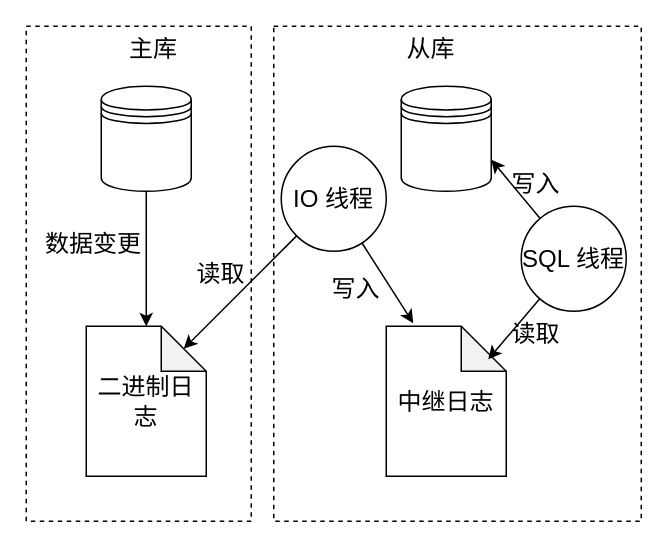
This is design/GTID-Replication.dio from akynazh/aws, a draw.io file, before an edit. Source tidied: cells renumbered, new cells numbered last; positions are measured from the earlier drawing's top-left corner, leaving out a move shared by most shapes. Both pictures are drawn from the tidied source at 150%, with x=0, y=0 at pixel (26, 26).
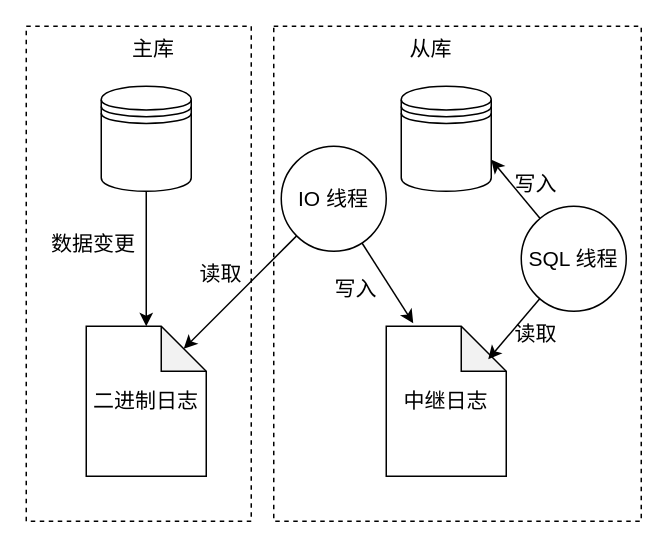
After the change.

Diff of the diagram source:
```diff
@@
-    <mxCell id="2" style="rounded=0;whiteSpace=wrap;html=1;dashed=1;fontFamily=Songti SC;fontSize=16;" parent="1" vertex="1">
+    <mxCell id="2" style="rounded=0;whiteSpace=wrap;html=1;dashed=1;fontFamily=Songti SC;fontSize=14;" parent="1" vertex="1">
       <mxGeometry x="165" width="245" height="330" as="geometry" />
     </mxCell>
-    <mxCell id="3" style="rounded=0;whiteSpace=wrap;html=1;dashed=1;fontFamily=Songti SC;fontSize=16;" parent="1" vertex="1">
+    <mxCell id="3" style="rounded=0;whiteSpace=wrap;html=1;dashed=1;fontFamily=Songti SC;fontSize=14;" parent="1" vertex="1">
       <mxGeometry width="150" height="330" as="geometry" />
     </mxCell>
-    <mxCell id="4" style="shape=datastore;whiteSpace=wrap;html=1;fontFamily=Songti SC;fontSize=16;" parent="1" vertex="1">
+    <mxCell id="4" style="shape=datastore;whiteSpace=wrap;html=1;fontFamily=Songti SC;fontSize=14;" parent="1" vertex="1">
       <mxGeometry x="50" y="40" width="60" height="70" as="geometry" />
     </mxCell>
-    <mxCell id="5" style="shape=datastore;whiteSpace=wrap;html=1;fontFamily=Songti SC;fontSize=16;" parent="1" vertex="1">
+    <mxCell id="5" style="shape=datastore;whiteSpace=wrap;html=1;fontFamily=Songti SC;fontSize=14;" parent="1" vertex="1">
       <mxGeometry x="250" y="40" width="60" height="70" as="geometry" />
     </mxCell>
-    <mxCell id="6" value="二进制日志" style="shape=note;whiteSpace=wrap;html=1;backgroundOutline=1;darkOpacity=0.05;fontFamily=Songti SC;fontSize=16;" parent="1" vertex="1">
+    <mxCell id="6" value="二进制日志" style="shape=note;whiteSpace=wrap;html=1;backgroundOutline=1;darkOpacity=0.05;fontFamily=Songti SC;fontSize=14;" parent="1" vertex="1">
       <mxGeometry x="40" y="200" width="80" height="100" as="geometry" />
     </mxCell>
-    <mxCell id="7" value="中继日志" style="shape=note;whiteSpace=wrap;html=1;backgroundOutline=1;darkOpacity=0.05;fontFamily=Songti SC;fontSize=16;" parent="1" vertex="1">
+    <mxCell id="7" value="中继日志" style="shape=note;whiteSpace=wrap;html=1;backgroundOutline=1;darkOpacity=0.05;fontFamily=Songti SC;fontSize=14;" parent="1" vertex="1">
       <mxGeometry x="240" y="200" width="80" height="100" as="geometry" />
     </mxCell>
-    <mxCell id="8" style="edgeStyle=none;html=1;entryX=0;entryY=0;entryDx=65;entryDy=15;entryPerimeter=0;fontFamily=Songti SC;fontSize=16;" parent="1" edge="1" source="9" target="6">
+    <mxCell id="8" style="edgeStyle=none;html=1;entryX=0;entryY=0;entryDx=65;entryDy=15;entryPerimeter=0;fontFamily=Songti SC;fontSize=14;" parent="1" edge="1" source="9" target="6">
       <mxGeometry relative="1" as="geometry" />
     </mxCell>
-    <mxCell id="9" value="IO 线程" style="ellipse;whiteSpace=wrap;html=1;fontFamily=Songti SC;fontSize=16;" parent="1" vertex="1">
+    <mxCell id="9" value="IO 线程" style="ellipse;whiteSpace=wrap;html=1;fontFamily=Songti SC;fontSize=14;" parent="1" vertex="1">
       <mxGeometry x="170" y="80" width="70" height="70" as="geometry" />
     </mxCell>
-    <mxCell id="10" style="edgeStyle=none;html=1;entryX=1;entryY=0.7;entryDx=0;entryDy=0;fontFamily=Songti SC;fontSize=16;" parent="1" edge="1" source="11" target="5">
+    <mxCell id="10" style="edgeStyle=none;html=1;entryX=1;entryY=0.7;entryDx=0;entryDy=0;fontFamily=Songti SC;fontSize=14;" parent="1" edge="1" source="11" target="5">
       <mxGeometry relative="1" as="geometry" />
     </mxCell>
-    <mxCell id="11" value="SQL 线程" style="ellipse;whiteSpace=wrap;html=1;fontFamily=Songti SC;fontSize=16;" parent="1" vertex="1">
+    <mxCell id="11" value="SQL 线程" style="ellipse;whiteSpace=wrap;html=1;fontFamily=Songti SC;fontSize=14;" parent="1" vertex="1">
       <mxGeometry x="330" y="120" width="70" height="70" as="geometry" />
     </mxCell>
-    <mxCell id="12" style="edgeStyle=none;html=1;entryX=0.5;entryY=0;entryDx=0;entryDy=0;entryPerimeter=0;fontFamily=Songti SC;fontSize=16;" parent="1" edge="1" source="4" target="6">
+    <mxCell id="12" style="edgeStyle=none;html=1;entryX=0.5;entryY=0;entryDx=0;entryDy=0;entryPerimeter=0;fontFamily=Songti SC;fontSize=14;" parent="1" edge="1" source="4" target="6">
       <mxGeometry relative="1" as="geometry" />
     </mxCell>
-    <mxCell id="13" value="数据变更" style="text;html=1;align=center;verticalAlign=middle;whiteSpace=wrap;rounded=0;fontFamily=Songti SC;fontSize=16;" parent="1" vertex="1">
+    <mxCell id="13" value="数据变更" style="text;html=1;align=center;verticalAlign=middle;whiteSpace=wrap;rounded=0;fontFamily=Songti SC;fontSize=14;" parent="1" vertex="1">
       <mxGeometry x="10" y="130" width="70" height="30" as="geometry" />
     </mxCell>
-    <mxCell id="14" style="edgeStyle=none;html=1;entryX=0.225;entryY=-0.02;entryDx=0;entryDy=0;entryPerimeter=0;fontFamily=Songti SC;fontSize=16;" parent="1" edge="1" source="9" target="7">
+    <mxCell id="14" style="edgeStyle=none;html=1;entryX=0.225;entryY=-0.02;entryDx=0;entryDy=0;entryPerimeter=0;fontFamily=Songti SC;fontSize=14;" parent="1" edge="1" source="9" target="7">
       <mxGeometry relative="1" as="geometry" />
     </mxCell>
-    <mxCell id="15" value="写入" style="text;html=1;align=center;verticalAlign=middle;whiteSpace=wrap;rounded=0;fontFamily=Songti SC;fontSize=16;" parent="1" vertex="1">
+    <mxCell id="15" value="写入" style="text;html=1;align=center;verticalAlign=middle;whiteSpace=wrap;rounded=0;fontFamily=Songti SC;fontSize=14;" parent="1" vertex="1">
       <mxGeometry x="190" y="160" width="60" height="30" as="geometry" />
     </mxCell>
-    <mxCell id="16" value="读取" style="text;html=1;align=center;verticalAlign=middle;whiteSpace=wrap;rounded=0;fontFamily=Songti SC;fontSize=16;" parent="1" vertex="1">
+    <mxCell id="16" value="读取" style="text;html=1;align=center;verticalAlign=middle;whiteSpace=wrap;rounded=0;fontFamily=Songti SC;fontSize=14;" parent="1" vertex="1">
       <mxGeometry x="100" y="150" width="60" height="30" as="geometry" />
     </mxCell>
-    <mxCell id="17" style="edgeStyle=none;html=1;entryX=0.85;entryY=0.22;entryDx=0;entryDy=0;entryPerimeter=0;fontFamily=Songti SC;fontSize=16;" parent="1" edge="1" source="11" target="7">
+    <mxCell id="17" style="edgeStyle=none;html=1;entryX=0.85;entryY=0.22;entryDx=0;entryDy=0;entryPerimeter=0;fontFamily=Songti SC;fontSize=14;" parent="1" edge="1" source="11" target="7">
       <mxGeometry relative="1" as="geometry" />
     </mxCell>
-    <mxCell id="18" value="读取" style="text;html=1;align=center;verticalAlign=middle;whiteSpace=wrap;rounded=0;fontFamily=Songti SC;fontSize=16;" parent="1" vertex="1">
+    <mxCell id="18" value="读取" style="text;html=1;align=center;verticalAlign=middle;whiteSpace=wrap;rounded=0;fontFamily=Songti SC;fontSize=14;" parent="1" vertex="1">
       <mxGeometry x="310" y="190" width="60" height="30" as="geometry" />
     </mxCell>
-    <mxCell id="19" value="写入" style="text;html=1;align=center;verticalAlign=middle;whiteSpace=wrap;rounded=0;fontFamily=Songti SC;fontSize=16;" parent="1" vertex="1">
+    <mxCell id="19" value="写入" style="text;html=1;align=center;verticalAlign=middle;whiteSpace=wrap;rounded=0;fontFamily=Songti SC;fontSize=14;" parent="1" vertex="1">
       <mxGeometry x="310" y="90" width="60" height="30" as="geometry" />
     </mxCell>
-    <mxCell id="20" value="主库" style="text;html=1;align=center;verticalAlign=middle;whiteSpace=wrap;rounded=0;fontFamily=Songti SC;fontSize=16;" parent="1" vertex="1">
+    <mxCell id="20" value="主库" style="text;html=1;align=center;verticalAlign=middle;whiteSpace=wrap;rounded=0;fontFamily=Songti SC;fontSize=14;" parent="1" vertex="1">
       <mxGeometry x="55" width="60" height="30" as="geometry" />
     </mxCell>
-    <mxCell id="21" value="从库" style="text;html=1;align=center;verticalAlign=middle;whiteSpace=wrap;rounded=0;fontFamily=Songti SC;fontSize=16;" parent="1" vertex="1">
+    <mxCell id="21" value="从库" style="text;html=1;align=center;verticalAlign=middle;whiteSpace=wrap;rounded=0;fontFamily=Songti SC;fontSize=14;" parent="1" vertex="1">
       <mxGeometry x="240" width="60" height="30" as="geometry" />
     </mxCell>
```
